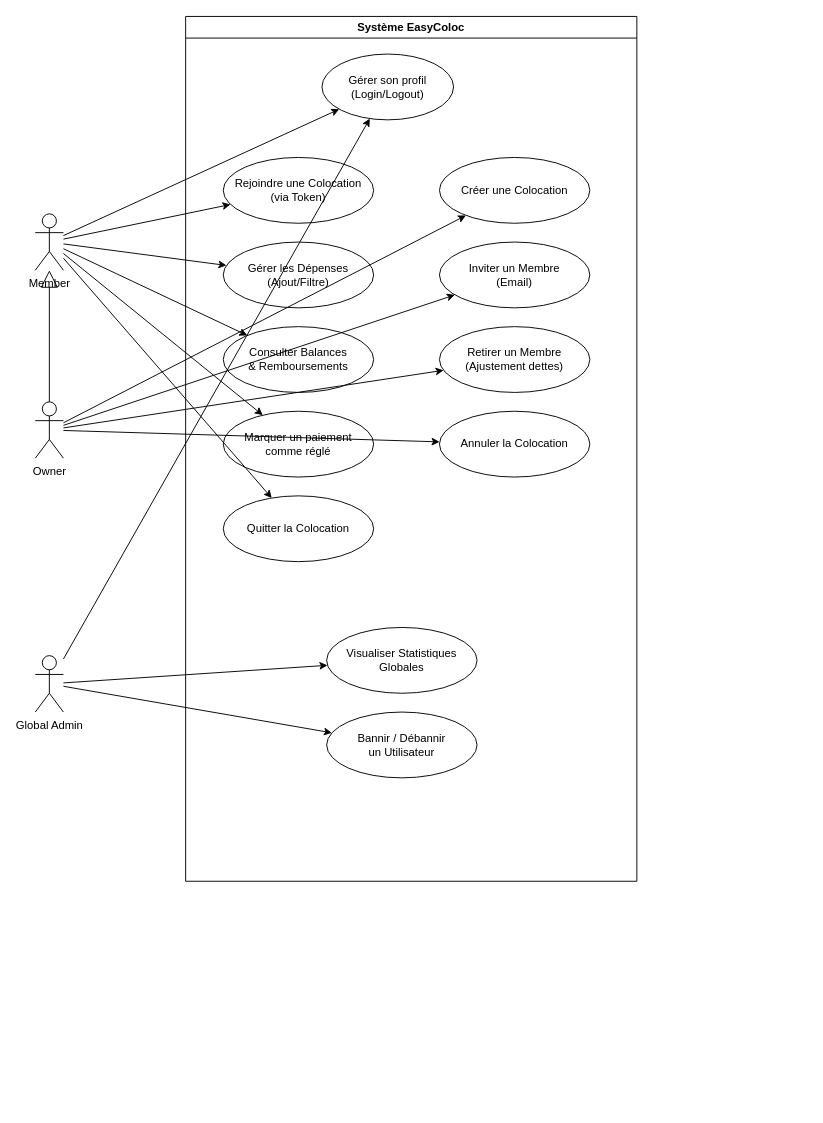
Before: useCaseDiagram.drawio in 10LOKI/EasyColoc, a draw.io diagram. Source tidied: cells renumbered, new cells numbered last; positions are measured from the earlier drawing's top-left corner, leaving out a move shared by most shapes. Both pictures are drawn from the tidied source at 94%, with x=0, y=0 at pixel (35, 16).
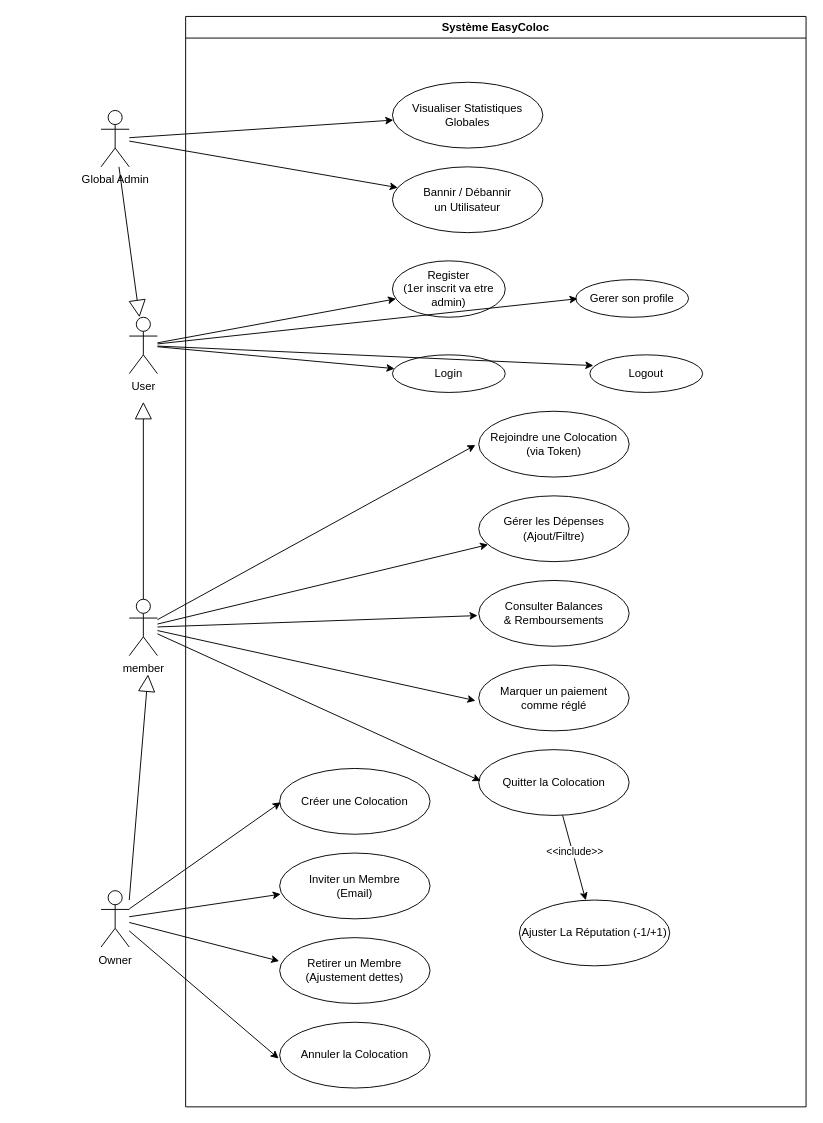
After the change.

The edit, as a diff of the source:
```diff
@@
     <mxCell id="2" value="Système EasyColoc" style="swimlane;whiteSpace=wrap;html=1;startSize=23;" parent="1" vertex="1">
-      <mxGeometry x="160" width="480" height="920" as="geometry" />
+      <mxGeometry x="160" width="660" height="1160" as="geometry" />
     </mxCell>
-    <mxCell id="3" value="Gérer son profil&lt;br&gt;(Login/Logout)" style="ellipse;whiteSpace=wrap;html=1;" parent="2" vertex="1">
-      <mxGeometry x="145" y="40" width="140" height="70" as="geometry" />
-    </mxCell>
+    <mxCell id="8" value="Quitter la Colocation" style="ellipse;whiteSpace=wrap;html=1;" parent="2" vertex="1">
+      <mxGeometry x="311.8" y="780" width="160" height="70" as="geometry" />
+    </mxCell>
+    <mxCell id="7" value="Marquer un paiement&lt;br&gt;comme réglé" style="ellipse;whiteSpace=wrap;html=1;" parent="2" vertex="1">
+      <mxGeometry x="311.8" y="690" width="160" height="70" as="geometry" />
+    </mxCell>
+    <mxCell id="6" value="Consulter Balances&lt;br&gt;&amp;amp; Remboursements" style="ellipse;whiteSpace=wrap;html=1;" parent="2" vertex="1">
+      <mxGeometry x="311.8" y="600" width="160" height="70" as="geometry" />
+    </mxCell>
+    <mxCell id="5" value="Gérer les Dépenses&lt;br&gt;(Ajout/Filtre)" style="ellipse;whiteSpace=wrap;html=1;" parent="2" vertex="1">
+      <mxGeometry x="311.8" y="510" width="160" height="70" as="geometry" />
+    </mxCell>
     <mxCell id="4" value="Rejoindre une Colocation&lt;br&gt;(via Token)" style="ellipse;whiteSpace=wrap;html=1;" parent="2" vertex="1">
-      <mxGeometry x="40" y="150" width="160" height="70" as="geometry" />
+      <mxGeometry x="311.8" y="420" width="160" height="70" as="geometry" />
     </mxCell>
-    <mxCell id="5" value="Gérer les Dépenses&lt;br&gt;(Ajout/Filtre)" style="ellipse;whiteSpace=wrap;html=1;" parent="2" vertex="1">
-      <mxGeometry x="40" y="240" width="160" height="70" as="geometry" />
-    </mxCell>
-    <mxCell id="6" value="Consulter Balances&lt;br&gt;&amp;amp; Remboursements" style="ellipse;whiteSpace=wrap;html=1;" parent="2" vertex="1">
-      <mxGeometry x="40" y="330" width="160" height="70" as="geometry" />
-    </mxCell>
-    <mxCell id="7" value="Marquer un paiement&lt;br&gt;comme réglé" style="ellipse;whiteSpace=wrap;html=1;" parent="2" vertex="1">
-      <mxGeometry x="40" y="420" width="160" height="70" as="geometry" />
-    </mxCell>
-    <mxCell id="8" value="Quitter la Colocation" style="ellipse;whiteSpace=wrap;html=1;" parent="2" vertex="1">
-      <mxGeometry x="40" y="510" width="160" height="70" as="geometry" />
-    </mxCell>
+    <mxCell id="16" value="Owner" style="shape=umlActor;verticalLabelPosition=bottom;verticalAlign=top;html=1;outlineConnect=0;" parent="2" vertex="1">
+      <mxGeometry x="-90" y="930" width="30" height="60" as="geometry" />
+    </mxCell>
     <mxCell id="9" value="Créer une Colocation" style="ellipse;whiteSpace=wrap;html=1;" parent="2" vertex="1">
-      <mxGeometry x="270" y="150" width="160" height="70" as="geometry" />
+      <mxGeometry x="100" y="800" width="160" height="70" as="geometry" />
     </mxCell>
     <mxCell id="10" value="Inviter un Membre&lt;br&gt;(Email)" style="ellipse;whiteSpace=wrap;html=1;" parent="2" vertex="1">
-      <mxGeometry x="270" y="240" width="160" height="70" as="geometry" />
+      <mxGeometry x="100" y="890" width="160" height="70" as="geometry" />
     </mxCell>
     <mxCell id="11" value="Retirer un Membre&lt;br&gt;(Ajustement dettes)" style="ellipse;whiteSpace=wrap;html=1;" parent="2" vertex="1">
-      <mxGeometry x="270" y="330" width="160" height="70" as="geometry" />
+      <mxGeometry x="100" y="980" width="160" height="70" as="geometry" />
     </mxCell>
     <mxCell id="12" value="Annuler la Colocation" style="ellipse;whiteSpace=wrap;html=1;" parent="2" vertex="1">
-      <mxGeometry x="270" y="420" width="160" height="70" as="geometry" />
+      <mxGeometry x="100" y="1070" width="160" height="70" as="geometry" />
     </mxCell>
-    <mxCell id="13" value="Visualiser Statistiques&lt;br&gt;Globales" style="ellipse;whiteSpace=wrap;html=1;" parent="2" vertex="1">
-      <mxGeometry x="150" y="650" width="160" height="70" as="geometry" />
-    </mxCell>
-    <mxCell id="14" value="Bannir / Débannir&lt;br&gt;un Utilisateur" style="ellipse;whiteSpace=wrap;html=1;" parent="2" vertex="1">
-      <mxGeometry x="150" y="740" width="160" height="70" as="geometry" />
-    </mxCell>
-    <mxCell id="15" value="Member" style="shape=umlActor;verticalLabelPosition=bottom;verticalAlign=top;html=1;outlineConnect=0;" parent="1" vertex="1">
-      <mxGeometry y="210" width="30" height="60" as="geometry" />
-    </mxCell>
-    <mxCell id="16" value="Owner" style="shape=umlActor;verticalLabelPosition=bottom;verticalAlign=top;html=1;outlineConnect=0;" parent="1" vertex="1">
-      <mxGeometry y="410" width="30" height="60" as="geometry" />
-    </mxCell>
-    <mxCell id="17" value="Global Admin" style="shape=umlActor;verticalLabelPosition=bottom;verticalAlign=top;html=1;outlineConnect=0;" parent="1" vertex="1">
-      <mxGeometry y="680" width="30" height="60" as="geometry" />
-    </mxCell>
-    <mxCell id="18" parent="1" edge="1" source="15" target="3">
-      <mxGeometry relative="1" as="geometry" />
-    </mxCell>
-    <mxCell id="19" parent="1" edge="1" source="15" target="4">
-      <mxGeometry relative="1" as="geometry" />
-    </mxCell>
-    <mxCell id="20" parent="1" edge="1" source="15" target="5">
-      <mxGeometry relative="1" as="geometry" />
-    </mxCell>
-    <mxCell id="21" parent="1" edge="1" source="15" target="6">
-      <mxGeometry relative="1" as="geometry" />
-    </mxCell>
-    <mxCell id="22" parent="1" edge="1" source="15" target="7">
-      <mxGeometry relative="1" as="geometry" />
-    </mxCell>
-    <mxCell id="23" parent="1" edge="1" source="15" target="8">
-      <mxGeometry relative="1" as="geometry" />
-    </mxCell>
-    <mxCell id="24" style="endArrow=block;endSize=16;endFill=0;html=1;rounded=0;" parent="1" edge="1" source="16" target="15">
-      <mxGeometry relative="1" as="geometry" />
-    </mxCell>
-    <mxCell id="25" parent="1" edge="1" source="16" target="9">
+    <mxCell id="25" style="edgeStyle=none;html=1;entryX=0.007;entryY=0.514;entryDx=0;entryDy=0;entryPerimeter=0;" parent="2" edge="1" source="16" target="9">
       <mxGeometry relative="1" as="geometry" />
     </mxCell>
-    <mxCell id="26" parent="1" edge="1" source="16" target="10">
+    <mxCell id="26" style="edgeStyle=none;html=1;entryX=0.007;entryY=0.625;entryDx=0;entryDy=0;entryPerimeter=0;" parent="2" edge="1" source="16" target="10">
       <mxGeometry relative="1" as="geometry" />
     </mxCell>
-    <mxCell id="27" parent="1" edge="1" source="16" target="11">
+    <mxCell id="27" style="edgeStyle=none;html=1;entryX=-0.003;entryY=0.356;entryDx=0;entryDy=0;entryPerimeter=0;" parent="2" edge="1" source="16" target="11">
       <mxGeometry relative="1" as="geometry" />
     </mxCell>
-    <mxCell id="28" parent="1" edge="1" source="16" target="12">
+    <mxCell id="28" style="edgeStyle=none;html=1;entryX=-0.007;entryY=0.551;entryDx=0;entryDy=0;entryPerimeter=0;" parent="2" edge="1" source="16" target="12">
       <mxGeometry relative="1" as="geometry" />
     </mxCell>
+    <mxCell id="14" value="Bannir / Débannir&lt;br&gt;un Utilisateur" style="ellipse;whiteSpace=wrap;html=1;" parent="2" vertex="1">
+      <mxGeometry x="220" y="160" width="160" height="70" as="geometry" />
+    </mxCell>
+    <mxCell id="13" value="Visualiser Statistiques&lt;br&gt;Globales" style="ellipse;whiteSpace=wrap;html=1;" parent="2" vertex="1">
+      <mxGeometry x="220" y="70" width="160" height="70" as="geometry" />
+    </mxCell>
-    <mxCell id="29" parent="1" edge="1" source="17" target="13">
+    <mxCell id="29" parent="2" edge="1" source="17" target="13">
       <mxGeometry relative="1" as="geometry" />
     </mxCell>
-    <mxCell id="30" parent="1" edge="1" source="17" target="14">
+    <mxCell id="30" parent="2" edge="1" source="17" target="14">
       <mxGeometry relative="1" as="geometry" />
     </mxCell>
-    <mxCell id="31" parent="1" edge="1" source="17" target="3">
-      <mxGeometry relative="1" as="geometry" />
-    </mxCell>
+    <mxCell id="17" value="Global Admin" style="shape=umlActor;verticalLabelPosition=bottom;verticalAlign=top;html=1;outlineConnect=0;" parent="2" vertex="1">
+      <mxGeometry x="-90" y="100" width="30" height="60" as="geometry" />
+    </mxCell>
+    <mxCell id="32" value="Register&lt;br&gt;(1er inscrit va etre admin)" style="ellipse;whiteSpace=wrap;html=1;" parent="2" vertex="1">
+      <mxGeometry x="220" y="260" width="120" height="60" as="geometry" />
+    </mxCell>
+    <mxCell id="33" value="Login" style="ellipse;whiteSpace=wrap;html=1;" parent="2" vertex="1">
+      <mxGeometry x="220" y="360" width="120" height="40" as="geometry" />
+    </mxCell>
+    <mxCell id="34" value="Logout" style="ellipse;whiteSpace=wrap;html=1;" parent="2" vertex="1">
+      <mxGeometry x="430" y="360" width="120" height="40" as="geometry" />
+    </mxCell>
+    <mxCell id="35" value="Gerer son profile" style="ellipse;whiteSpace=wrap;html=1;" parent="2" vertex="1">
+      <mxGeometry x="415" y="280" width="120" height="40" as="geometry" />
+    </mxCell>
+    <mxCell id="36" value="Ajuster La Réputation (-1/+1)" style="ellipse;whiteSpace=wrap;html=1;" parent="2" vertex="1">
+      <mxGeometry x="355" y="940" width="160" height="70" as="geometry" />
+    </mxCell>
+    <mxCell id="37" style="edgeStyle=none;html=1;" parent="2" edge="1" source="8" target="36">
+      <mxGeometry relative="1" as="geometry" />
+    </mxCell>
+    <mxCell id="38" value="&amp;lt;&amp;lt;include&amp;gt;&amp;gt;" style="edgeLabel;html=1;align=center;verticalAlign=middle;" parent="37" vertex="1">
+      <mxGeometry x="-0.12" y="2" relative="1" as="geometry" />
+    </mxCell>
+    <mxCell id="39" value="User" style="shape=umlActor;verticalLabelPosition=bottom;verticalAlign=top;html=1;outlineConnect=0;" parent="1" vertex="1">
+      <mxGeometry x="100" y="320" width="30" height="60" as="geometry" />
+    </mxCell>
+    <mxCell id="40" value="member" style="shape=umlActor;verticalLabelPosition=bottom;verticalAlign=top;html=1;outlineConnect=0;" parent="1" vertex="1">
+      <mxGeometry x="100" y="620" width="30" height="60" as="geometry" />
+    </mxCell>
+    <mxCell id="41" style="endArrow=block;endSize=16;endFill=0;html=1;rounded=0;" parent="1" edge="1" source="40">
+      <mxGeometry relative="1" as="geometry">
+        <mxPoint x="115" y="410" as="targetPoint" />
+      </mxGeometry>
+    </mxCell>
+    <mxCell id="42" style="endArrow=block;endSize=16;endFill=0;html=1;rounded=0;" parent="1" edge="1">
+      <mxGeometry relative="1" as="geometry">
+        <mxPoint x="100" y="940" as="sourcePoint" />
+        <mxPoint x="120" y="700" as="targetPoint" />
+      </mxGeometry>
+    </mxCell>
+    <mxCell id="43" style="edgeStyle=none;html=1;entryX=-0.022;entryY=0.514;entryDx=0;entryDy=0;entryPerimeter=0;" parent="1" edge="1" source="40" target="4">
+      <mxGeometry relative="1" as="geometry" />
+    </mxCell>
+    <mxCell id="44" style="edgeStyle=none;html=1;" parent="1" edge="1" source="40" target="5">
+      <mxGeometry relative="1" as="geometry" />
+    </mxCell>
+    <mxCell id="45" style="edgeStyle=none;html=1;entryX=-0.008;entryY=0.534;entryDx=0;entryDy=0;entryPerimeter=0;" parent="1" edge="1" source="40" target="6">
+      <mxGeometry relative="1" as="geometry" />
+    </mxCell>
+    <mxCell id="46" style="edgeStyle=none;html=1;entryX=-0.022;entryY=0.541;entryDx=0;entryDy=0;entryPerimeter=0;" parent="1" edge="1" source="40" target="7">
+      <mxGeometry relative="1" as="geometry" />
+    </mxCell>
+    <mxCell id="47" style="endArrow=block;endSize=16;endFill=0;html=1;rounded=0;" parent="1" edge="1" source="17" target="39">
+      <mxGeometry relative="1" as="geometry" />
+    </mxCell>
+    <mxCell id="48" style="edgeStyle=none;html=1;entryX=0.012;entryY=0.475;entryDx=0;entryDy=0;entryPerimeter=0;" parent="1" edge="1" source="40" target="8">
+      <mxGeometry relative="1" as="geometry" />
+    </mxCell>
+    <mxCell id="49" style="edgeStyle=none;html=1;" parent="1" edge="1" source="39" target="32">
+      <mxGeometry relative="1" as="geometry" />
+    </mxCell>
+    <mxCell id="50" style="edgeStyle=none;html=1;entryX=0.016;entryY=0.508;entryDx=0;entryDy=0;entryPerimeter=0;" parent="1" edge="1" source="39" target="35">
+      <mxGeometry relative="1" as="geometry" />
+    </mxCell>
+    <mxCell id="51" style="edgeStyle=none;html=1;entryX=0.031;entryY=0.286;entryDx=0;entryDy=0;entryPerimeter=0;" parent="1" edge="1" source="39" target="34">
+      <mxGeometry relative="1" as="geometry" />
+    </mxCell>
+    <mxCell id="52" style="edgeStyle=none;html=1;" parent="1" edge="1" source="39" target="33">
+      <mxGeometry relative="1" as="geometry" />
+    </mxCell>
```
